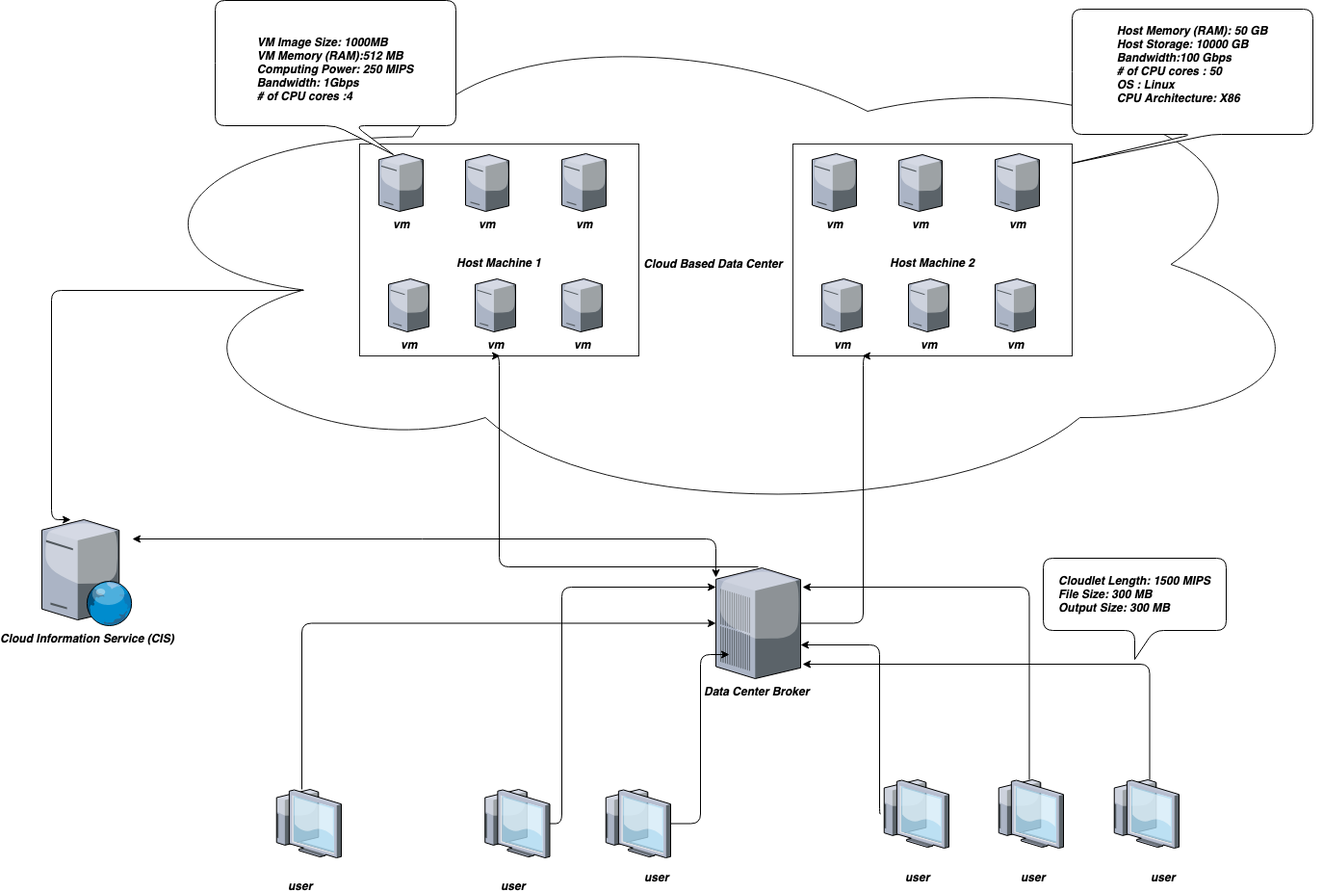
Before: Report/Smart_Grid_Cloud.png, a diagram exported from draw.io (lulzzz/Cloudsim). Source tidied: cells renumbered, new cells last; positions are measured from the earlier drawing's top-left corner, leaving out a move shared by most shapes. The source it was exported from:
```xml
<mxGraphModel>
  <root>
    <mxCell id="0" style="html=1;" />
    <mxCell id="1" style="html=1;" parent="0" />
    <mxCell id="2" value="&lt;b&gt;&lt;i&gt;Cloud Based Data Center&amp;nbsp;&lt;/i&gt;&lt;/b&gt;" style="ellipse;shape=cloud;whiteSpace=wrap;html=1;strokeColor=#1A1A1A;fillColor=none;" parent="1" vertex="1">
      <mxGeometry x="70" y="9" width="1260" height="530" as="geometry" />
    </mxCell>
    <mxCell id="3" value="&lt;b&gt;&lt;i&gt;&lt;br&gt;&lt;br&gt;Host Machine 1&lt;/i&gt;&lt;/b&gt;&lt;br&gt;" style="rounded=0;whiteSpace=wrap;html=1;strokeColor=#1A1A1A;fillColor=none;" parent="1" vertex="1">
      <mxGeometry x="330" y="149" width="290" height="220" as="geometry" />
    </mxCell>
    <mxCell id="4" value="&lt;b&gt;&lt;i&gt;vm&lt;/i&gt;&lt;/b&gt;" style="verticalLabelPosition=bottom;html=1;verticalAlign=top;strokeColor=none;align=center;shape=mxgraph.citrix.license_server;fillColor=none;" parent="1" vertex="1">
      <mxGeometry x="350" y="159" width="46" height="60" as="geometry" />
    </mxCell>
    <mxCell id="5" value="&lt;b&gt;&lt;i&gt;vm&lt;/i&gt;&lt;/b&gt;" style="verticalLabelPosition=bottom;html=1;verticalAlign=top;strokeColor=none;align=center;shape=mxgraph.citrix.license_server;fillColor=none;" parent="1" vertex="1">
      <mxGeometry x="540" y="159" width="46" height="60" as="geometry" />
    </mxCell>
    <mxCell id="6" value="&lt;b&gt;&lt;i&gt;vm&lt;/i&gt;&lt;/b&gt;" style="verticalLabelPosition=bottom;html=1;verticalAlign=top;strokeColor=none;align=center;shape=mxgraph.citrix.license_server;fillColor=none;" parent="1" vertex="1">
      <mxGeometry x="440" y="160" width="45" height="59" as="geometry" />
    </mxCell>
    <mxCell id="7" value="&lt;b&gt;&lt;i&gt;vm&lt;/i&gt;&lt;/b&gt;" style="verticalLabelPosition=bottom;html=1;verticalAlign=top;strokeColor=none;align=center;shape=mxgraph.citrix.license_server;fillColor=none;" parent="1" vertex="1">
      <mxGeometry x="360" y="289" width="42" height="55" as="geometry" />
    </mxCell>
    <mxCell id="8" value="&lt;b&gt;&lt;i&gt;vm&lt;/i&gt;&lt;/b&gt;" style="verticalLabelPosition=bottom;html=1;verticalAlign=top;strokeColor=none;align=center;shape=mxgraph.citrix.license_server;fillColor=none;" parent="1" vertex="1">
      <mxGeometry x="450" y="289" width="42" height="55" as="geometry" />
    </mxCell>
    <mxCell id="9" value="&lt;b&gt;&lt;i&gt;vm&lt;/i&gt;&lt;/b&gt;" style="verticalLabelPosition=bottom;html=1;verticalAlign=top;strokeColor=none;align=center;shape=mxgraph.citrix.license_server;fillColor=none;" parent="1" vertex="1">
      <mxGeometry x="540" y="289" width="42" height="55" as="geometry" />
    </mxCell>
    <mxCell id="10" value="&lt;b&gt;&lt;i&gt;&lt;br&gt;&lt;br&gt;Host Machine 2&lt;/i&gt;&lt;/b&gt;&lt;br&gt;" style="rounded=0;whiteSpace=wrap;html=1;strokeColor=#1A1A1A;fillColor=none;" parent="1" vertex="1">
      <mxGeometry x="780" y="149" width="290" height="220" as="geometry" />
    </mxCell>
    <mxCell id="11" value="&lt;b&gt;&lt;i&gt;vm&lt;/i&gt;&lt;/b&gt;" style="verticalLabelPosition=bottom;html=1;verticalAlign=top;strokeColor=none;align=center;shape=mxgraph.citrix.license_server;fillColor=none;" parent="1" vertex="1">
      <mxGeometry x="800" y="159" width="46" height="60" as="geometry" />
    </mxCell>
    <mxCell id="12" value="&lt;b&gt;&lt;i&gt;vm&lt;/i&gt;&lt;/b&gt;" style="verticalLabelPosition=bottom;html=1;verticalAlign=top;strokeColor=none;align=center;shape=mxgraph.citrix.license_server;fillColor=none;" parent="1" vertex="1">
      <mxGeometry x="990" y="159" width="46" height="60" as="geometry" />
    </mxCell>
    <mxCell id="13" value="&lt;b&gt;&lt;i&gt;vm&lt;/i&gt;&lt;/b&gt;" style="verticalLabelPosition=bottom;html=1;verticalAlign=top;strokeColor=none;align=center;shape=mxgraph.citrix.license_server;fillColor=none;" parent="1" vertex="1">
      <mxGeometry x="890" y="160" width="45" height="59" as="geometry" />
    </mxCell>
    <mxCell id="14" value="&lt;b&gt;&lt;i&gt;vm&lt;/i&gt;&lt;/b&gt;" style="verticalLabelPosition=bottom;html=1;verticalAlign=top;strokeColor=none;align=center;shape=mxgraph.citrix.license_server;fillColor=none;" parent="1" vertex="1">
      <mxGeometry x="810" y="289" width="42" height="55" as="geometry" />
    </mxCell>
    <mxCell id="15" value="&lt;b&gt;&lt;i&gt;vm&lt;/i&gt;&lt;/b&gt;" style="verticalLabelPosition=bottom;html=1;verticalAlign=top;strokeColor=none;align=center;shape=mxgraph.citrix.license_server;fillColor=none;" parent="1" vertex="1">
      <mxGeometry x="900" y="289" width="42" height="55" as="geometry" />
    </mxCell>
    <mxCell id="16" value="&lt;b&gt;&lt;i&gt;vm&lt;/i&gt;&lt;/b&gt;" style="verticalLabelPosition=bottom;html=1;verticalAlign=top;strokeColor=none;align=center;shape=mxgraph.citrix.license_server;fillColor=none;" parent="1" vertex="1">
      <mxGeometry x="990" y="289" width="42" height="55" as="geometry" />
    </mxCell>
    <mxCell id="17" style="verticalLabelPosition=bottom;html=1;verticalAlign=top;strokeColor=none;align=center;outlineConnect=0;shape=mxgraph.citrix.thin_client;fillColor=none;" parent="1" vertex="1">
      <mxGeometry x="240" y="819" width="71" height="71" as="geometry" />
    </mxCell>
    <mxCell id="18" style="verticalLabelPosition=bottom;html=1;verticalAlign=top;strokeColor=none;align=center;outlineConnect=0;shape=mxgraph.citrix.thin_client;fillColor=none;" parent="1" vertex="1">
      <mxGeometry x="456.5" y="819" width="71" height="71" as="geometry" />
    </mxCell>
    <mxCell id="19" style="verticalLabelPosition=bottom;html=1;verticalAlign=top;strokeColor=none;align=center;outlineConnect=0;shape=mxgraph.citrix.thin_client;fillColor=none;" parent="1" vertex="1">
      <mxGeometry x="582" y="819" width="71" height="71" as="geometry" />
    </mxCell>
    <mxCell id="20" style="verticalLabelPosition=bottom;html=1;verticalAlign=top;strokeColor=none;align=center;outlineConnect=0;shape=mxgraph.citrix.thin_client;fillColor=none;" parent="1" vertex="1">
      <mxGeometry x="871" y="809" width="71" height="71" as="geometry" />
    </mxCell>
    <mxCell id="21" style="verticalLabelPosition=bottom;html=1;verticalAlign=top;strokeColor=none;align=center;shape=mxgraph.citrix.thin_client;fillColor=none;" parent="1" vertex="1">
      <mxGeometry x="990" y="809" width="71" height="71" as="geometry" />
    </mxCell>
    <mxCell id="22" style="verticalLabelPosition=bottom;html=1;verticalAlign=top;strokeColor=none;align=center;outlineConnect=0;shape=mxgraph.citrix.thin_client;fillColor=none;" parent="1" vertex="1">
      <mxGeometry x="1110" y="809" width="71" height="71" as="geometry" />
    </mxCell>
    <mxCell id="23" value="&lt;b&gt;&lt;i&gt;Data Center Broker&amp;nbsp;&lt;/i&gt;&lt;/b&gt;" style="verticalLabelPosition=bottom;html=1;verticalAlign=top;strokeColor=none;align=center;outlineConnect=0;shape=mxgraph.citrix.pbx_server;fillColor=none;" parent="1" vertex="1">
      <mxGeometry x="700" y="589" width="88" height="115" as="geometry" />
    </mxCell>
    <mxCell id="24" style="edgeStyle=elbowEdgeStyle;elbow=horizontal;endArrow=classic;html=1;" parent="1" edge="1" source="17" target="23">
      <mxGeometry relative="1" as="geometry">
        <Array as="points">
          <mxPoint x="270" y="719" />
        </Array>
      </mxGeometry>
    </mxCell>
    <mxCell id="25" style="edgeStyle=elbowEdgeStyle;elbow=horizontal;endArrow=classic;html=1;" parent="1" edge="1" source="18" target="23">
      <mxGeometry relative="1" as="geometry">
        <Array as="points">
          <mxPoint x="540" y="609" />
          <mxPoint x="580" y="609" />
          <mxPoint x="570" y="599" />
          <mxPoint x="492" y="729" />
          <mxPoint x="492" y="559" />
          <mxPoint x="492" y="509" />
          <mxPoint x="500" y="749" />
        </Array>
      </mxGeometry>
    </mxCell>
    <mxCell id="26" style="edgeStyle=elbowEdgeStyle;elbow=horizontal;endArrow=classic;html=1;entryX=0.165;entryY=0.783;entryDx=0;entryDy=0;entryPerimeter=0;" parent="1" edge="1" source="19" target="23">
      <mxGeometry relative="1" as="geometry" />
    </mxCell>
    <mxCell id="27" style="edgeStyle=elbowEdgeStyle;elbow=horizontal;endArrow=classic;html=1;" parent="1" edge="1" source="20" target="23">
      <mxGeometry relative="1" as="geometry">
        <Array as="points">
          <mxPoint x="870" y="669" />
          <mxPoint x="900" y="719" />
          <mxPoint x="940" y="739" />
        </Array>
      </mxGeometry>
    </mxCell>
    <mxCell id="28" style="edgeStyle=elbowEdgeStyle;elbow=horizontal;endArrow=classic;html=1;entryX=1.023;entryY=0.174;entryDx=0;entryDy=0;entryPerimeter=0;" parent="1" edge="1" target="23">
      <mxGeometry relative="1" as="geometry">
        <mxPoint x="1025.5" y="809" as="sourcePoint" />
        <Array as="points">
          <mxPoint x="1025.5" y="759" />
        </Array>
      </mxGeometry>
    </mxCell>
    <mxCell id="29" style="edgeStyle=elbowEdgeStyle;elbow=horizontal;endArrow=classic;html=1;" parent="1" edge="1" source="22">
      <mxGeometry relative="1" as="geometry">
        <mxPoint x="790" y="689" as="targetPoint" />
        <Array as="points">
          <mxPoint x="1150.5" y="789" />
        </Array>
      </mxGeometry>
    </mxCell>
    <mxCell id="30" value="&lt;b&gt;&lt;i&gt;Cloud Information Service (CIS)&lt;/i&gt;&lt;/b&gt;" style="verticalLabelPosition=bottom;html=1;verticalAlign=top;strokeColor=none;align=center;outlineConnect=0;shape=mxgraph.citrix.web_server;fillColor=none;" parent="1" vertex="1">
      <mxGeometry y="539" width="94" height="110" as="geometry" />
    </mxCell>
    <mxCell id="31" style="edgeStyle=elbowEdgeStyle;elbow=horizontal;endArrow=classic;html=1;entryX=0.319;entryY=0;entryDx=0;entryDy=0;entryPerimeter=0;exitX=0.16;exitY=0.55;exitDx=0;exitDy=0;exitPerimeter=0;" parent="1" edge="1" source="2" target="30">
      <mxGeometry relative="1" as="geometry">
        <Array as="points">
          <mxPoint x="10" y="399" />
        </Array>
      </mxGeometry>
    </mxCell>
    <mxCell id="32" style="endArrow=classic;startArrow=classic;html=1;edgeStyle=orthogonalEdgeStyle;" parent="1" edge="1" target="30">
      <mxGeometry relative="1" as="geometry">
        <mxPoint x="700" y="599" as="sourcePoint" />
        <Array as="points">
          <mxPoint x="700" y="559" />
        </Array>
      </mxGeometry>
    </mxCell>
    <mxCell id="33" style="edgeStyle=elbowEdgeStyle;elbow=horizontal;endArrow=classic;html=1;entryX=0.5;entryY=1;entryDx=0;entryDy=0;" parent="1" edge="1" target="3">
      <mxGeometry relative="1" as="geometry">
        <mxPoint x="744" y="588" as="sourcePoint" />
        <Array as="points">
          <mxPoint x="475" y="459" />
        </Array>
      </mxGeometry>
    </mxCell>
    <mxCell id="34" style="edgeStyle=elbowEdgeStyle;elbow=horizontal;endArrow=classic;html=1;entryX=0.25;entryY=1;entryDx=0;entryDy=0;" parent="1" edge="1" source="23" target="10">
      <mxGeometry relative="1" as="geometry">
        <Array as="points">
          <mxPoint x="853" y="389" />
        </Array>
      </mxGeometry>
    </mxCell>
    <mxCell id="35" value="&lt;div style=&quot;text-align: center&quot;&gt;&lt;br&gt;&lt;/div&gt;&lt;div style=&quot;text-align: left&quot;&gt;&lt;b&gt;&lt;i&gt;VM Image Size: 1000MB&lt;/i&gt;&lt;/b&gt;&lt;/div&gt;&lt;b&gt;&lt;div style=&quot;text-align: left&quot;&gt;&lt;b&gt;&lt;i&gt;VM Memory (RAM):512 MB&lt;/i&gt;&lt;/b&gt;&lt;/div&gt;&lt;div style=&quot;text-align: left&quot;&gt;&lt;b&gt;&lt;i&gt;Computing Power: 250 MIPS&lt;/i&gt;&lt;/b&gt;&lt;/div&gt;&lt;div style=&quot;text-align: left&quot;&gt;&lt;b&gt;&lt;i&gt;Bandwidth: 1Gbps&lt;/i&gt;&lt;/b&gt;&lt;/div&gt;&lt;div style=&quot;text-align: left&quot;&gt;&lt;b&gt;&lt;i&gt;# of CPU cores :4&lt;/i&gt;&lt;/b&gt;&lt;/div&gt;&lt;/b&gt;" style="shape=callout;whiteSpace=wrap;html=1;perimeter=calloutPerimeter;position2=0.74;rounded=1;" parent="1" vertex="1">
      <mxGeometry x="180" width="250" height="160" as="geometry" />
    </mxCell>
    <mxCell id="36" value="&lt;div style=&quot;text-align: left&quot;&gt;&lt;span&gt;&lt;b&gt;&lt;i&gt;Host Memory (RAM): 50 GB&lt;/i&gt;&lt;/b&gt;&lt;/span&gt;&lt;/div&gt;&lt;div style=&quot;text-align: left&quot;&gt;&lt;span&gt;&lt;b&gt;&lt;i&gt;Host Storage: 10000 GB&lt;/i&gt;&lt;/b&gt;&lt;/span&gt;&lt;/div&gt;&lt;div style=&quot;text-align: left&quot;&gt;&lt;b&gt;&lt;i&gt;Bandwidth:100 Gbps&lt;/i&gt;&lt;/b&gt;&lt;/div&gt;&lt;div style=&quot;text-align: left&quot;&gt;&lt;b&gt;&lt;i&gt;# of CPU cores : 50&amp;nbsp;&lt;/i&gt;&lt;/b&gt;&lt;/div&gt;&lt;div style=&quot;text-align: left&quot;&gt;&lt;b&gt;&lt;i&gt;OS : Linux&amp;nbsp;&lt;/i&gt;&lt;/b&gt;&lt;/div&gt;&lt;div style=&quot;text-align: left&quot;&gt;&lt;span&gt;&lt;b&gt;&lt;i&gt;CPU Architecture: X86&lt;/i&gt;&lt;/b&gt;&lt;/span&gt;&lt;/div&gt;&lt;div style=&quot;text-align: left&quot;&gt;&lt;b&gt;&lt;i&gt;&amp;nbsp;&lt;/i&gt;&lt;/b&gt;&lt;/div&gt;" style="shape=callout;whiteSpace=wrap;html=1;perimeter=calloutPerimeter;position2=0;rounded=1;" parent="1" vertex="1">
      <mxGeometry x="1070" y="9" width="250" height="160" as="geometry" />
    </mxCell>
    <mxCell id="37" value="&lt;div style=&quot;text-align: left&quot;&gt;&lt;span&gt;&lt;b&gt;&lt;i&gt;Cloudlet Length: 1500 MIPS&lt;/i&gt;&lt;/b&gt;&lt;/span&gt;&lt;/div&gt;&lt;div style=&quot;text-align: left&quot;&gt;&lt;span&gt;&lt;b&gt;&lt;i&gt;File Size: 300 MB&lt;/i&gt;&lt;/b&gt;&lt;/span&gt;&lt;/div&gt;&lt;div style=&quot;text-align: left&quot;&gt;&lt;span&gt;&lt;b&gt;&lt;i&gt;Output Size: 300 MB&lt;/i&gt;&lt;/b&gt;&lt;/span&gt;&lt;/div&gt;" style="shape=callout;whiteSpace=wrap;html=1;perimeter=calloutPerimeter;rounded=1;direction=east;" parent="1" vertex="1">
      <mxGeometry x="1040" y="579" width="190" height="105" as="geometry" />
    </mxCell>
    <mxCell id="38" value="&lt;b&gt;&lt;i&gt;user&lt;/i&gt;&lt;/b&gt;" style="text;html=1;align=left;verticalAlign=top;spacingTop=-4;" parent="1" vertex="1">
      <mxGeometry x="254" y="910" width="35" height="14" as="geometry" />
    </mxCell>
    <mxCell id="39" value="&lt;b&gt;&lt;i&gt;user&lt;/i&gt;&lt;/b&gt;" style="text;html=1;align=left;verticalAlign=top;spacingTop=-4;" parent="1" vertex="1">
      <mxGeometry x="474.5" y="910" width="35" height="14" as="geometry" />
    </mxCell>
    <mxCell id="40" value="&lt;b&gt;&lt;i&gt;user&lt;/i&gt;&lt;/b&gt;" style="text;html=1;align=left;verticalAlign=top;spacingTop=-4;" parent="1" vertex="1">
      <mxGeometry x="624" y="901" width="35" height="14" as="geometry" />
    </mxCell>
    <mxCell id="41" value="&lt;b&gt;&lt;i&gt;user&lt;/i&gt;&lt;/b&gt;" style="text;html=1;align=left;verticalAlign=top;spacingTop=-4;" parent="1" vertex="1">
      <mxGeometry x="895" y="901" width="35" height="14" as="geometry" />
    </mxCell>
    <mxCell id="42" value="&lt;b&gt;&lt;i&gt;user&lt;/i&gt;&lt;/b&gt;" style="text;html=1;align=left;verticalAlign=top;spacingTop=-4;" parent="1" vertex="1">
      <mxGeometry x="1014.5" y="901" width="35" height="14" as="geometry" />
    </mxCell>
    <mxCell id="43" value="&lt;b&gt;&lt;i&gt;user&lt;/i&gt;&lt;/b&gt;" style="text;html=1;align=left;verticalAlign=top;spacingTop=-4;" parent="1" vertex="1">
      <mxGeometry x="1150" y="901" width="35" height="14" as="geometry" />
    </mxCell>
  </root>
</mxGraphModel>
```
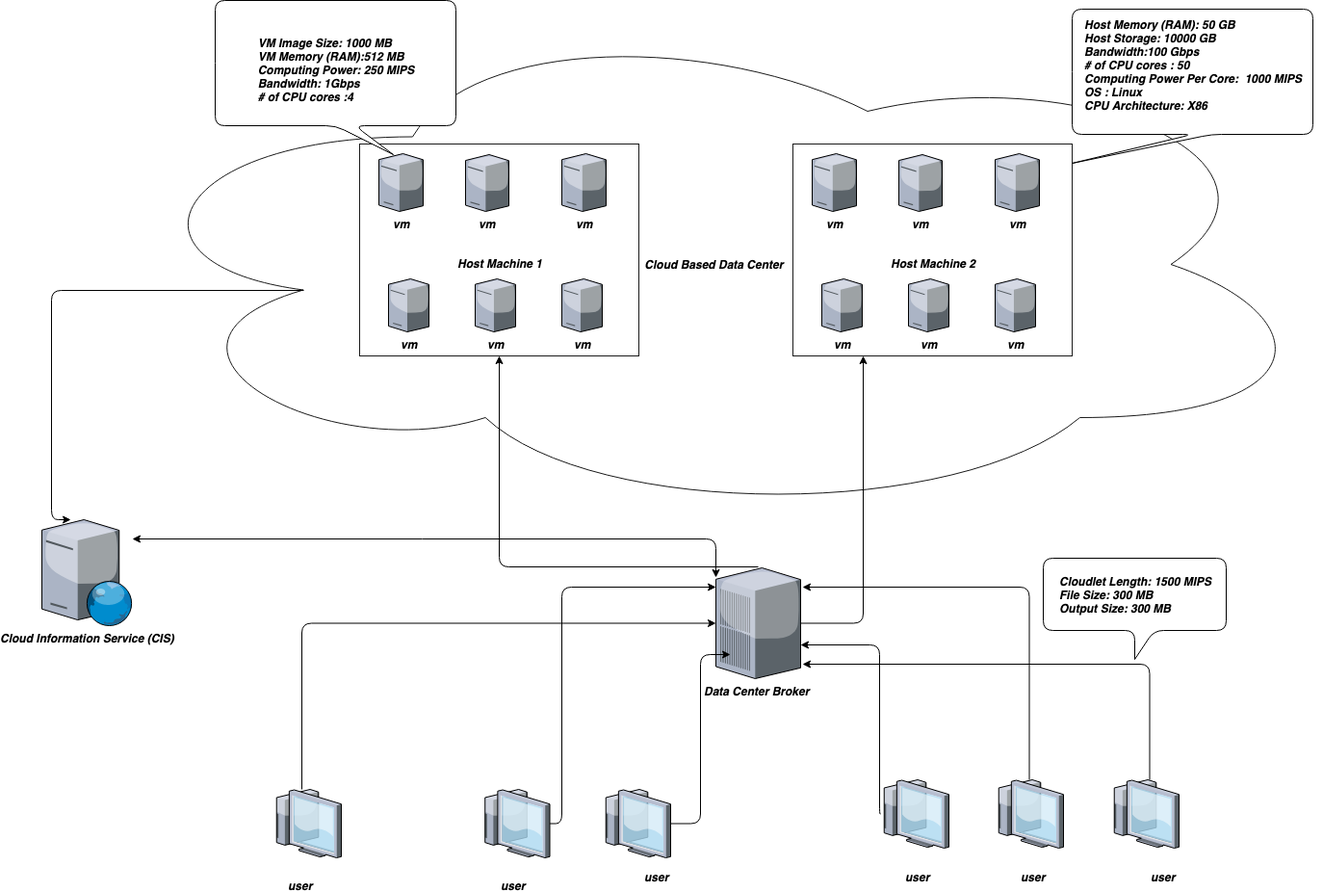
The same file after the commit.

The edit, as a diff of the source:
```diff
@@ -149,10 +149,10 @@
         </Array>
       </mxGeometry>
     </mxCell>
-    <mxCell id="35" value="&lt;div style=&quot;text-align: center&quot;&gt;&lt;br&gt;&lt;/div&gt;&lt;div style=&quot;text-align: left&quot;&gt;&lt;b&gt;&lt;i&gt;VM Image Size: 1000MB&lt;/i&gt;&lt;/b&gt;&lt;/div&gt;&lt;b&gt;&lt;div style=&quot;text-align: left&quot;&gt;&lt;b&gt;&lt;i&gt;VM Memory (RAM):512 MB&lt;/i&gt;&lt;/b&gt;&lt;/div&gt;&lt;div style=&quot;text-align: left&quot;&gt;&lt;b&gt;&lt;i&gt;Computing Power: 250 MIPS&lt;/i&gt;&lt;/b&gt;&lt;/div&gt;&lt;div style=&quot;text-align: left&quot;&gt;&lt;b&gt;&lt;i&gt;Bandwidth: 1Gbps&lt;/i&gt;&lt;/b&gt;&lt;/div&gt;&lt;div style=&quot;text-align: left&quot;&gt;&lt;b&gt;&lt;i&gt;# of CPU cores :4&lt;/i&gt;&lt;/b&gt;&lt;/div&gt;&lt;/b&gt;" style="shape=callout;whiteSpace=wrap;html=1;perimeter=calloutPerimeter;position2=0.74;rounded=1;" parent="1" vertex="1">
+    <mxCell id="35" value="&lt;div style=&quot;text-align: center&quot;&gt;&lt;br&gt;&lt;/div&gt;&lt;div style=&quot;text-align: left&quot;&gt;&lt;b&gt;&lt;i&gt;VM Image Size: 1000 MB&lt;/i&gt;&lt;/b&gt;&lt;/div&gt;&lt;b&gt;&lt;div style=&quot;text-align: left&quot;&gt;&lt;b&gt;&lt;i&gt;VM Memory (RAM):512 MB&lt;/i&gt;&lt;/b&gt;&lt;/div&gt;&lt;div style=&quot;text-align: left&quot;&gt;&lt;b&gt;&lt;i&gt;Computing Power: 250 MIPS&lt;/i&gt;&lt;/b&gt;&lt;/div&gt;&lt;div style=&quot;text-align: left&quot;&gt;&lt;b&gt;&lt;i&gt;Bandwidth: 1Gbps&lt;/i&gt;&lt;/b&gt;&lt;/div&gt;&lt;div style=&quot;text-align: left&quot;&gt;&lt;b&gt;&lt;i&gt;# of CPU cores :4&lt;/i&gt;&lt;/b&gt;&lt;/div&gt;&lt;/b&gt;" style="shape=callout;whiteSpace=wrap;html=1;perimeter=calloutPerimeter;position2=0.74;rounded=1;" parent="1" vertex="1">
       <mxGeometry x="180" width="250" height="160" as="geometry" />
     </mxCell>
-    <mxCell id="36" value="&lt;div style=&quot;text-align: left&quot;&gt;&lt;span&gt;&lt;b&gt;&lt;i&gt;Host Memory (RAM): 50 GB&lt;/i&gt;&lt;/b&gt;&lt;/span&gt;&lt;/div&gt;&lt;div style=&quot;text-align: left&quot;&gt;&lt;span&gt;&lt;b&gt;&lt;i&gt;Host Storage: 10000 GB&lt;/i&gt;&lt;/b&gt;&lt;/span&gt;&lt;/div&gt;&lt;div style=&quot;text-align: left&quot;&gt;&lt;b&gt;&lt;i&gt;Bandwidth:100 Gbps&lt;/i&gt;&lt;/b&gt;&lt;/div&gt;&lt;div style=&quot;text-align: left&quot;&gt;&lt;b&gt;&lt;i&gt;# of CPU cores : 50&amp;nbsp;&lt;/i&gt;&lt;/b&gt;&lt;/div&gt;&lt;div style=&quot;text-align: left&quot;&gt;&lt;b&gt;&lt;i&gt;OS : Linux&amp;nbsp;&lt;/i&gt;&lt;/b&gt;&lt;/div&gt;&lt;div style=&quot;text-align: left&quot;&gt;&lt;span&gt;&lt;b&gt;&lt;i&gt;CPU Architecture: X86&lt;/i&gt;&lt;/b&gt;&lt;/span&gt;&lt;/div&gt;&lt;div style=&quot;text-align: left&quot;&gt;&lt;b&gt;&lt;i&gt;&amp;nbsp;&lt;/i&gt;&lt;/b&gt;&lt;/div&gt;" style="shape=callout;whiteSpace=wrap;html=1;perimeter=calloutPerimeter;position2=0;rounded=1;" parent="1" vertex="1">
+    <mxCell id="36" value="&lt;div style=&quot;text-align: left&quot;&gt;&lt;span&gt;&lt;b&gt;&lt;i&gt;Host Memory (RAM): 50 GB&lt;/i&gt;&lt;/b&gt;&lt;/span&gt;&lt;/div&gt;&lt;div style=&quot;text-align: left&quot;&gt;&lt;span&gt;&lt;b&gt;&lt;i&gt;Host Storage: 10000 GB&lt;/i&gt;&lt;/b&gt;&lt;/span&gt;&lt;/div&gt;&lt;div style=&quot;text-align: left&quot;&gt;&lt;b&gt;&lt;i&gt;Bandwidth:100 Gbps&lt;/i&gt;&lt;/b&gt;&lt;/div&gt;&lt;div style=&quot;text-align: left&quot;&gt;&lt;b&gt;&lt;i&gt;# of CPU cores : 50&amp;nbsp;&lt;/i&gt;&lt;/b&gt;&lt;/div&gt;&lt;div style=&quot;text-align: left&quot;&gt;&lt;b&gt;&lt;i&gt;Computing Power Per Core:&amp;nbsp; 1000 MIPS&lt;/i&gt;&lt;/b&gt;&lt;/div&gt;&lt;div style=&quot;text-align: left&quot;&gt;&lt;b&gt;&lt;i&gt;OS : Linux&amp;nbsp;&lt;/i&gt;&lt;/b&gt;&lt;/div&gt;&lt;div style=&quot;text-align: left&quot;&gt;&lt;span&gt;&lt;b&gt;&lt;i&gt;CPU Architecture: X86&lt;/i&gt;&lt;/b&gt;&lt;/span&gt;&lt;/div&gt;&lt;div style=&quot;text-align: left&quot;&gt;&lt;b&gt;&lt;i&gt;&amp;nbsp;&lt;/i&gt;&lt;/b&gt;&lt;/div&gt;" style="shape=callout;whiteSpace=wrap;html=1;perimeter=calloutPerimeter;position2=0;rounded=1;" parent="1" vertex="1">
       <mxGeometry x="1070" y="9" width="250" height="160" as="geometry" />
     </mxCell>
     <mxCell id="37" value="&lt;div style=&quot;text-align: left&quot;&gt;&lt;span&gt;&lt;b&gt;&lt;i&gt;Cloudlet Length: 1500 MIPS&lt;/i&gt;&lt;/b&gt;&lt;/span&gt;&lt;/div&gt;&lt;div style=&quot;text-align: left&quot;&gt;&lt;span&gt;&lt;b&gt;&lt;i&gt;File Size: 300 MB&lt;/i&gt;&lt;/b&gt;&lt;/span&gt;&lt;/div&gt;&lt;div style=&quot;text-align: left&quot;&gt;&lt;span&gt;&lt;b&gt;&lt;i&gt;Output Size: 300 MB&lt;/i&gt;&lt;/b&gt;&lt;/span&gt;&lt;/div&gt;" style="shape=callout;whiteSpace=wrap;html=1;perimeter=calloutPerimeter;rounded=1;direction=east;" parent="1" vertex="1">
```
